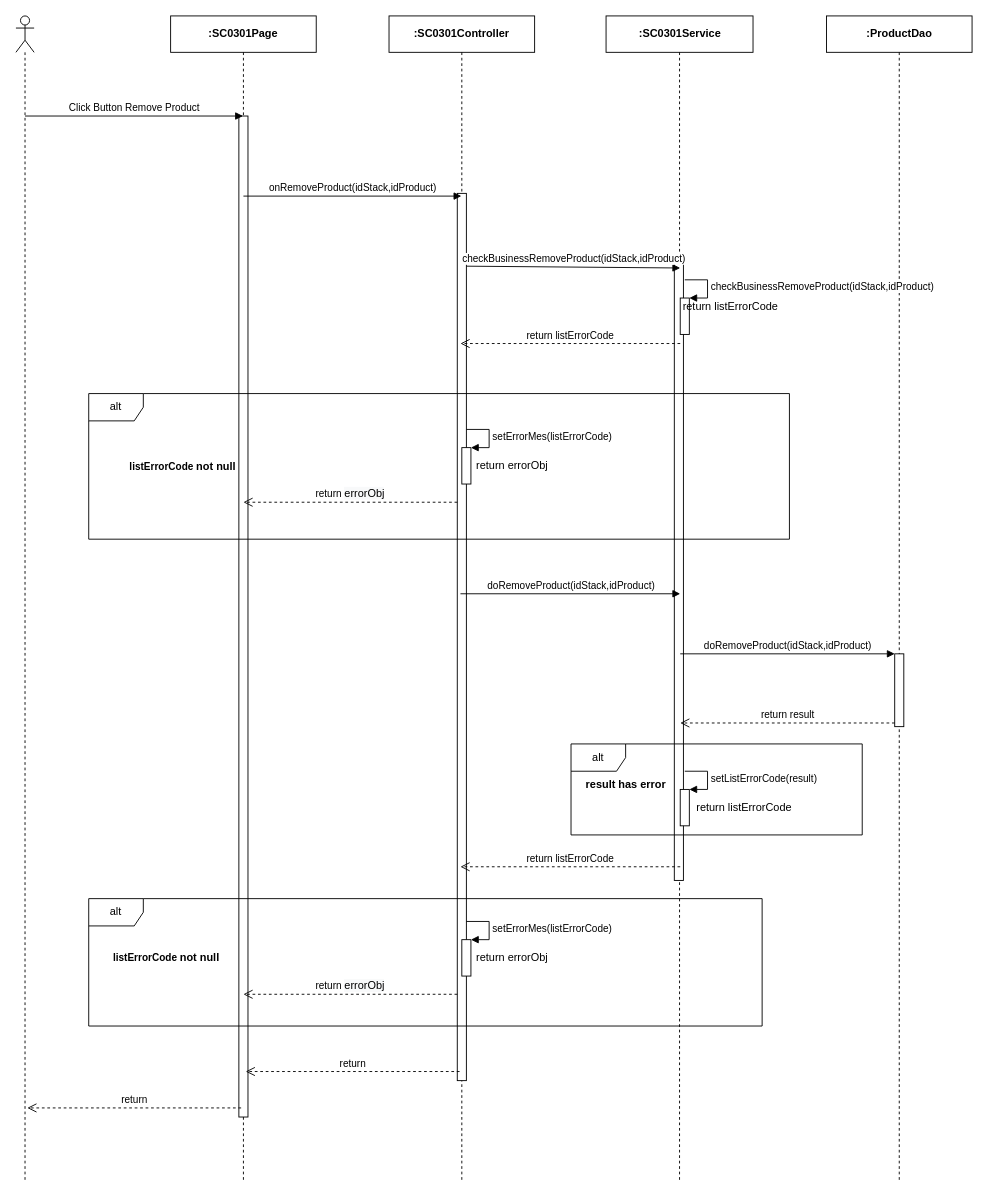
Above: page "Ev09" (9 of 10) of Users/LuanNM/SEQ Diagram Review/sc03/SC0301_StackDetail.drawio in luannmdev/CapstoneDocument (draw.io), before the change. Source tidied: cells renumbered, new cells numbered last; positions are measured from the earlier drawing's top-left corner, leaving out a move shared by most shapes. Both pictures are drawn from the tidied source at 91%, with x=0, y=0 at pixel (15, 15).
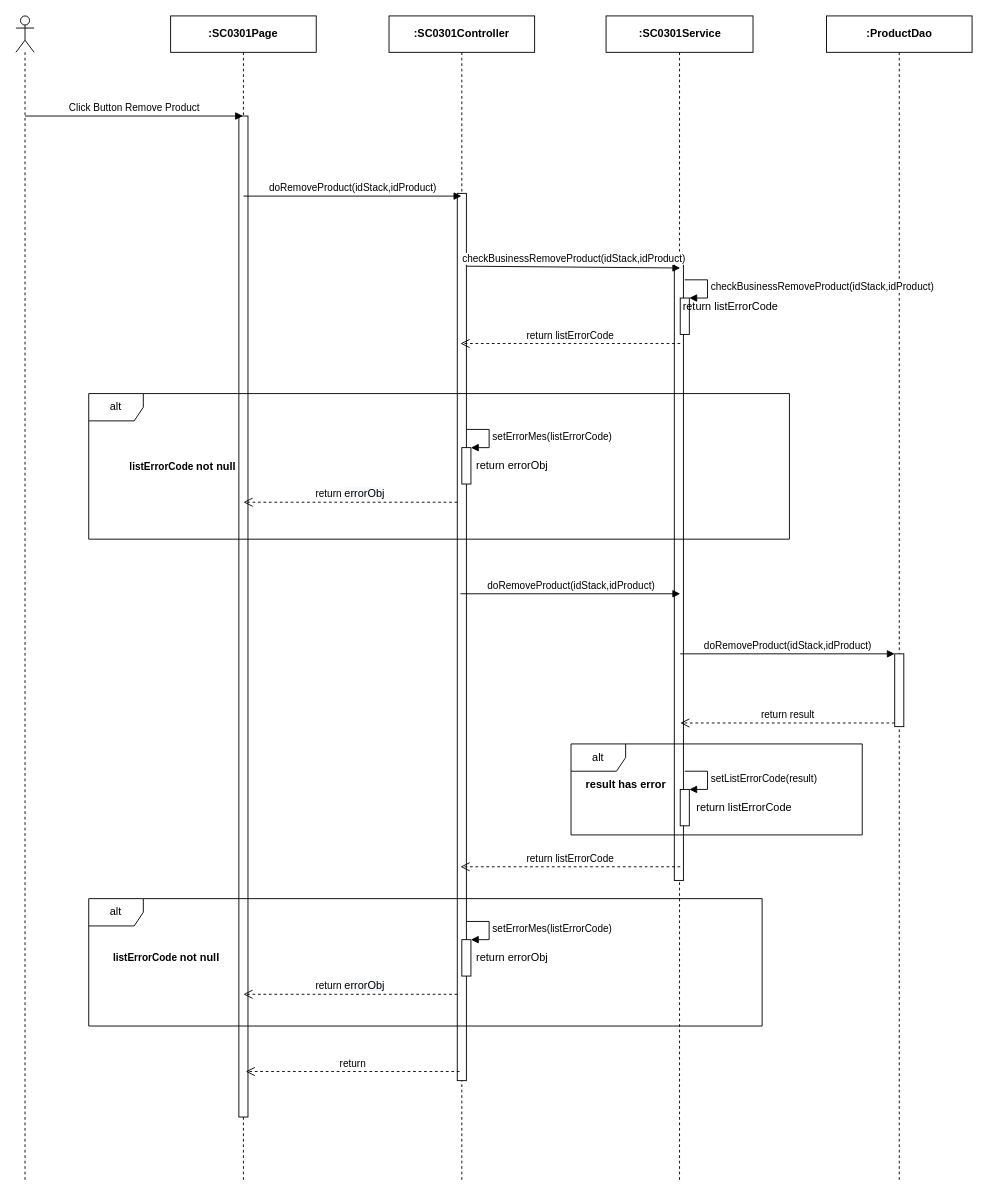
After the change.

What changed in the source:
```diff
@@
-    <mxCell id="11" value="onRemoveProduct(idStack,idProduct)" style="html=1;verticalAlign=bottom;endArrow=block;" parent="1" edge="1">
+    <mxCell id="11" value="doRemoveProduct(idStack,idProduct)" style="html=1;verticalAlign=bottom;endArrow=block;" parent="1" edge="1">
       <mxGeometry relative="1" as="geometry">
         <mxPoint x="250" y="198" as="sourcePoint" />
         <mxPoint x="489.5" y="198" as="targetPoint" />
       </mxGeometry>
     </mxCell>
@@
-    <mxCell id="27" value="return" style="html=1;verticalAlign=bottom;endArrow=open;dashed=1;endSize=8;" parent="1" edge="1">
-      <mxGeometry relative="1" as="geometry">
-        <mxPoint x="247.5" y="1200" as="sourcePoint" />
-        <mxPoint x="12.5" y="1200" as="targetPoint" />
-      </mxGeometry>
-    </mxCell>
```
